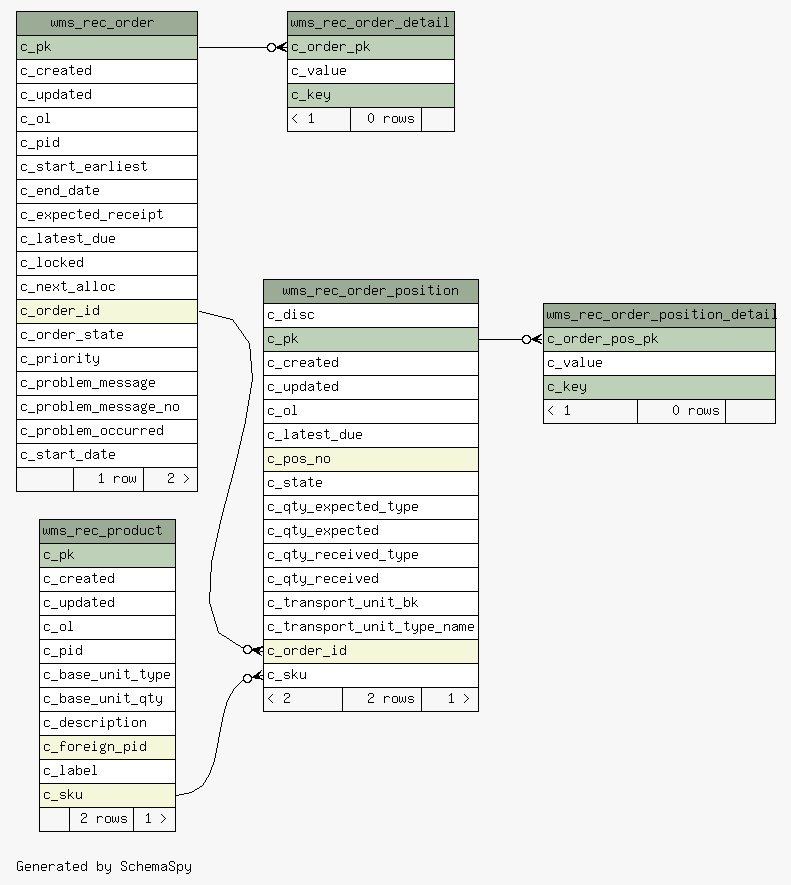
The Graphviz diagram 1.0.0-SNAPSHOT/schemaspy/diagrams/summary/relationships.real.large.png in openwms/org.openwms.wms.receiving.lib, before a commit. Its source is kept beside it as 1.0.0-SNAPSHOT/schemaspy/diagrams/summary/relationships.real.large.dot.
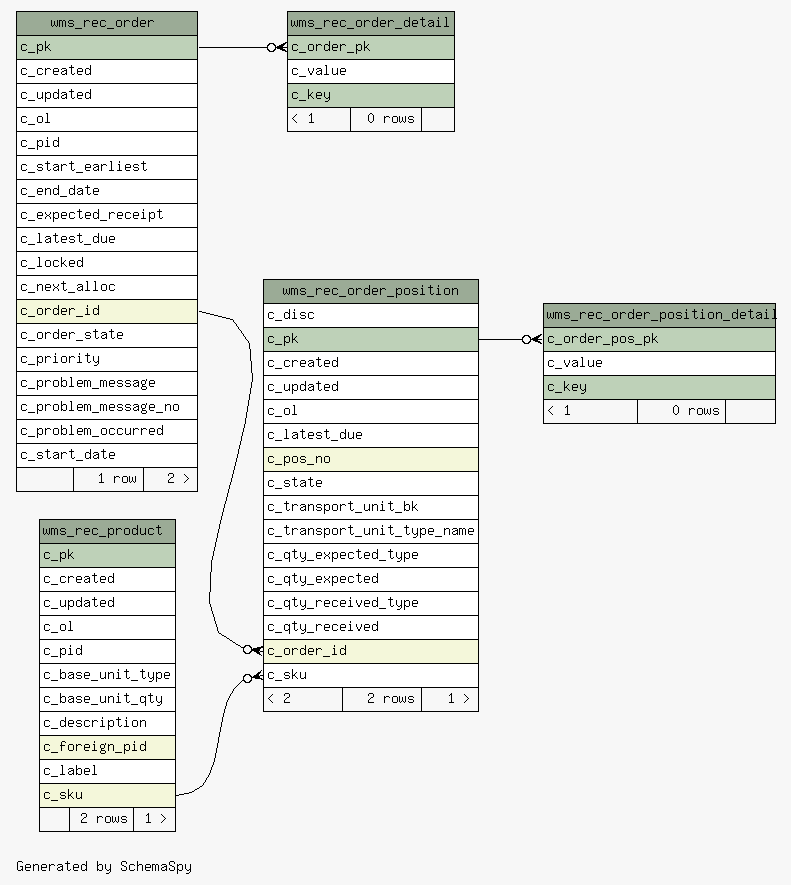
After the change.

Diff of the diagram source:
```diff
@@ -68,12 +68,12 @@
       <TR><TD PORT="c_latest_due" COLSPAN="3" ALIGN="LEFT">c_latest_due</TD></TR>
       <TR><TD PORT="c_pos_no" COLSPAN="3" BGCOLOR="#f4f7da" ALIGN="LEFT">c_pos_no</TD></TR>
       <TR><TD PORT="c_state" COLSPAN="3" ALIGN="LEFT">c_state</TD></TR>
+      <TR><TD PORT="c_transport_unit_bk" COLSPAN="3" ALIGN="LEFT">c_transport_unit_bk</TD></TR>
+      <TR><TD PORT="c_transport_unit_type_name" COLSPAN="3" ALIGN="LEFT">c_transport_unit_type_name</TD></TR>
       <TR><TD PORT="c_qty_expected_type" COLSPAN="3" ALIGN="LEFT">c_qty_expected_type</TD></TR>
       <TR><TD PORT="c_qty_expected" COLSPAN="3" ALIGN="LEFT">c_qty_expected</TD></TR>
       <TR><TD PORT="c_qty_received_type" COLSPAN="3" ALIGN="LEFT">c_qty_received_type</TD></TR>
       <TR><TD PORT="c_qty_received" COLSPAN="3" ALIGN="LEFT">c_qty_received</TD></TR>
-      <TR><TD PORT="c_transport_unit_bk" COLSPAN="3" ALIGN="LEFT">c_transport_unit_bk</TD></TR>
-      <TR><TD PORT="c_transport_unit_type_name" COLSPAN="3" ALIGN="LEFT">c_transport_unit_type_name</TD></TR>
       <TR><TD PORT="c_order_id" COLSPAN="3" BGCOLOR="#f4f7da" ALIGN="LEFT">c_order_id</TD></TR>
       <TR><TD PORT="c_sku" COLSPAN="3" ALIGN="LEFT">c_sku</TD></TR>
       <TR><TD ALIGN="LEFT" BGCOLOR="#f7f7f7">&lt; 2</TD><TD ALIGN="RIGHT" BGCOLOR="#f7f7f7">2 rows</TD><TD ALIGN="RIGHT" BGCOLOR="#f7f7f7">1 &gt;</TD></TR>
```
